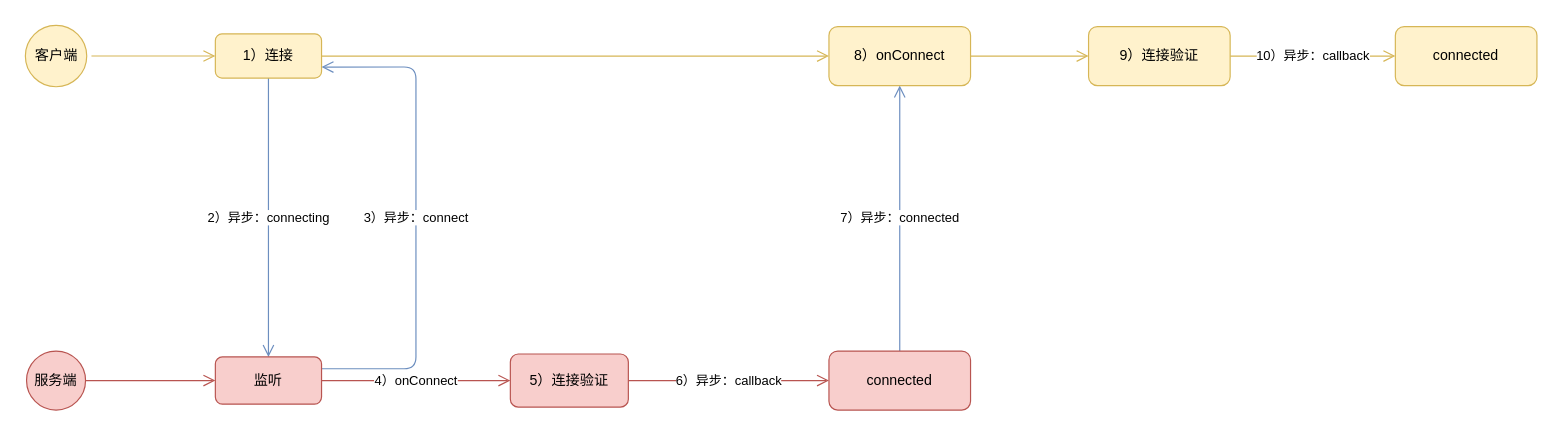
gzxishan/xsloader keeps this draw.io diagram as design/ifmsg.drawio. Above is the earlier version. Source tidied: cells renumbered, new cells numbered last; positions are measured from the earlier drawing's top-left corner, leaving out a move shared by most shapes. Both pictures are drawn from the tidied source at 118%, with x=0, y=0 at pixel (20, 20).
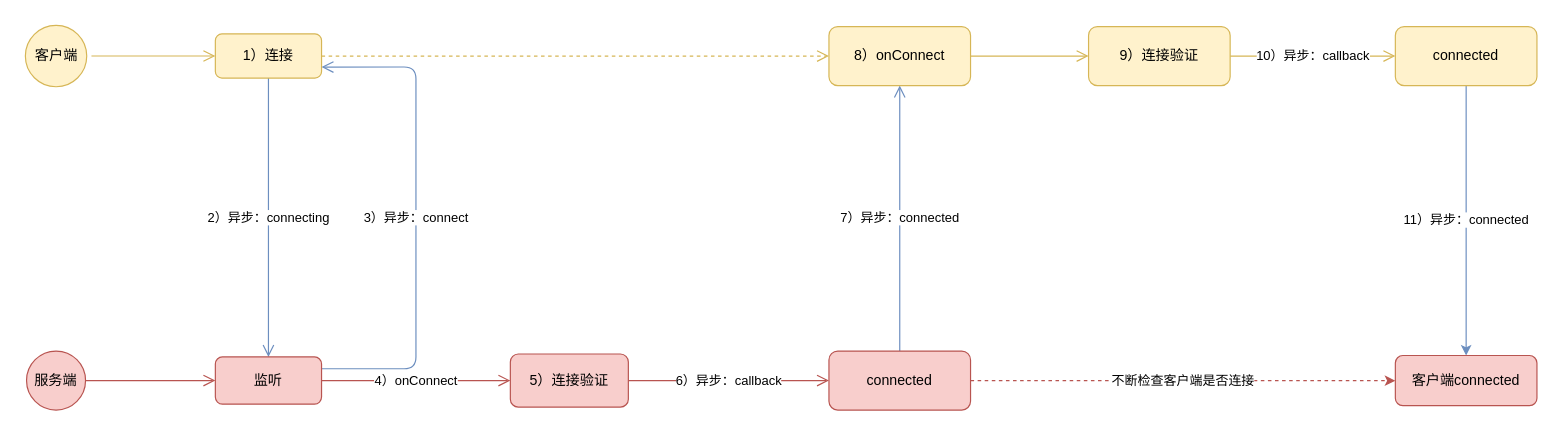
The same diagram, later.

The change refers to these unchanged cells:
```xml
<mxCell id="6" value="1）连接" style="rounded=1;whiteSpace=wrap;html=1;fillColor=#fff2cc;strokeColor=#d6b656;" parent="1" vertex="1">
  <mxGeometry x="165" y="11.2" width="90" height="37.5" as="geometry" />
</mxCell>
<mxCell id="16" value="8）onConnect" style="rounded=1;whiteSpace=wrap;html=1;strokeColor=#d6b656;fillColor=#fff2cc;" parent="1" vertex="1">
  <mxGeometry x="685" y="5" width="120" height="50" as="geometry" />
</mxCell>
<mxCell id="17" value="connected" style="rounded=1;whiteSpace=wrap;html=1;strokeColor=#b85450;fillColor=#f8cecc;" parent="1" vertex="1">
  <mxGeometry x="685" y="280" width="120" height="50" as="geometry" />
</mxCell>
<mxCell id="20" value="connected" style="rounded=1;whiteSpace=wrap;html=1;strokeColor=#d6b656;fillColor=#fff2cc;" parent="1" vertex="1">
  <mxGeometry x="1165" y="5" width="120" height="50" as="geometry" />
</mxCell>
```

The edit, as a diff of the source:
```diff
@@
-    <mxCell id="5" style="edgeStyle=orthogonalEdgeStyle;jettySize=auto;html=1;endArrow=open;endSize=8;strokeColor=#d6b656;fillColor=#fff2cc;" parent="1" edge="1" source="6" target="16">
+    <mxCell id="5" style="edgeStyle=orthogonalEdgeStyle;jettySize=auto;html=1;endArrow=open;endSize=8;strokeColor=#d6b656;fillColor=#fff2cc;dashed=1;" parent="1" edge="1" source="6" target="16">
       <mxGeometry relative="1" as="geometry" />
     </mxCell>
@@
+    <mxCell id="21" value="不断检查客户端是否连接" style="edgeStyle=orthogonalEdgeStyle;rounded=0;jettySize=auto;html=1;fillColor=#f8cecc;strokeColor=#b85450;dashed=1;" parent="1" edge="1" source="17" target="23">
+      <mxGeometry relative="1" as="geometry" />
+    </mxCell>
@@
+    <mxCell id="22" value="11）异步：connected" style="edgeStyle=orthogonalEdgeStyle;rounded=0;jettySize=auto;html=1;entryX=0.5;entryY=0;entryDx=0;entryDy=0;fillColor=#dae8fc;strokeColor=#6c8ebf;" parent="1" edge="1" source="20" target="23">
+      <mxGeometry relative="1" as="geometry" />
+    </mxCell>
@@
+    <mxCell id="23" value="客户端connected" style="rounded=1;whiteSpace=wrap;html=1;fillColor=#f8cecc;strokeColor=#b85450;" parent="1" vertex="1">
+      <mxGeometry x="1165" y="283.8" width="120" height="42.5" as="geometry" />
+    </mxCell>
```
